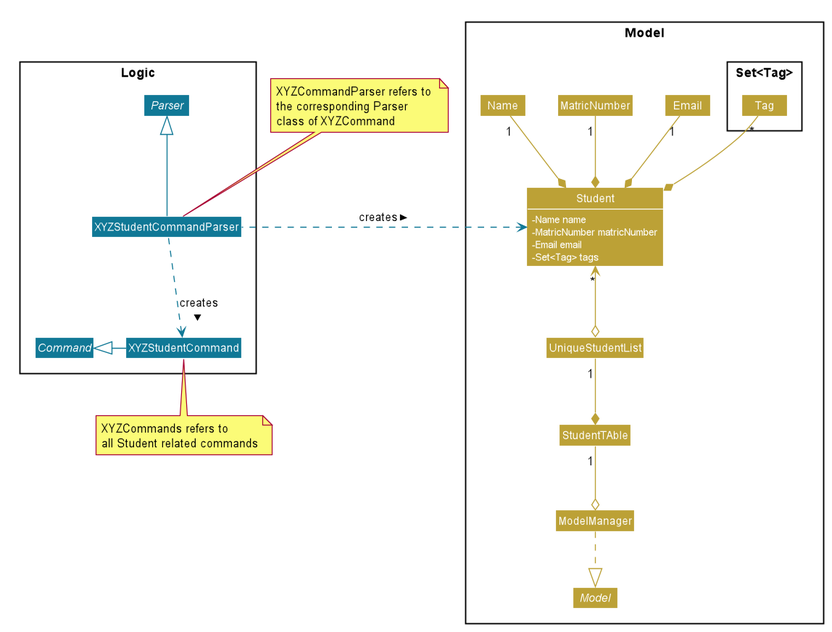
This is docs/images/StudentCommandClassDiagram.png from shunde97/main, a PlantUML export, as it was before one commit. Its source is kept beside it as docs/diagrams/StudentCommandClassDiagram.puml.
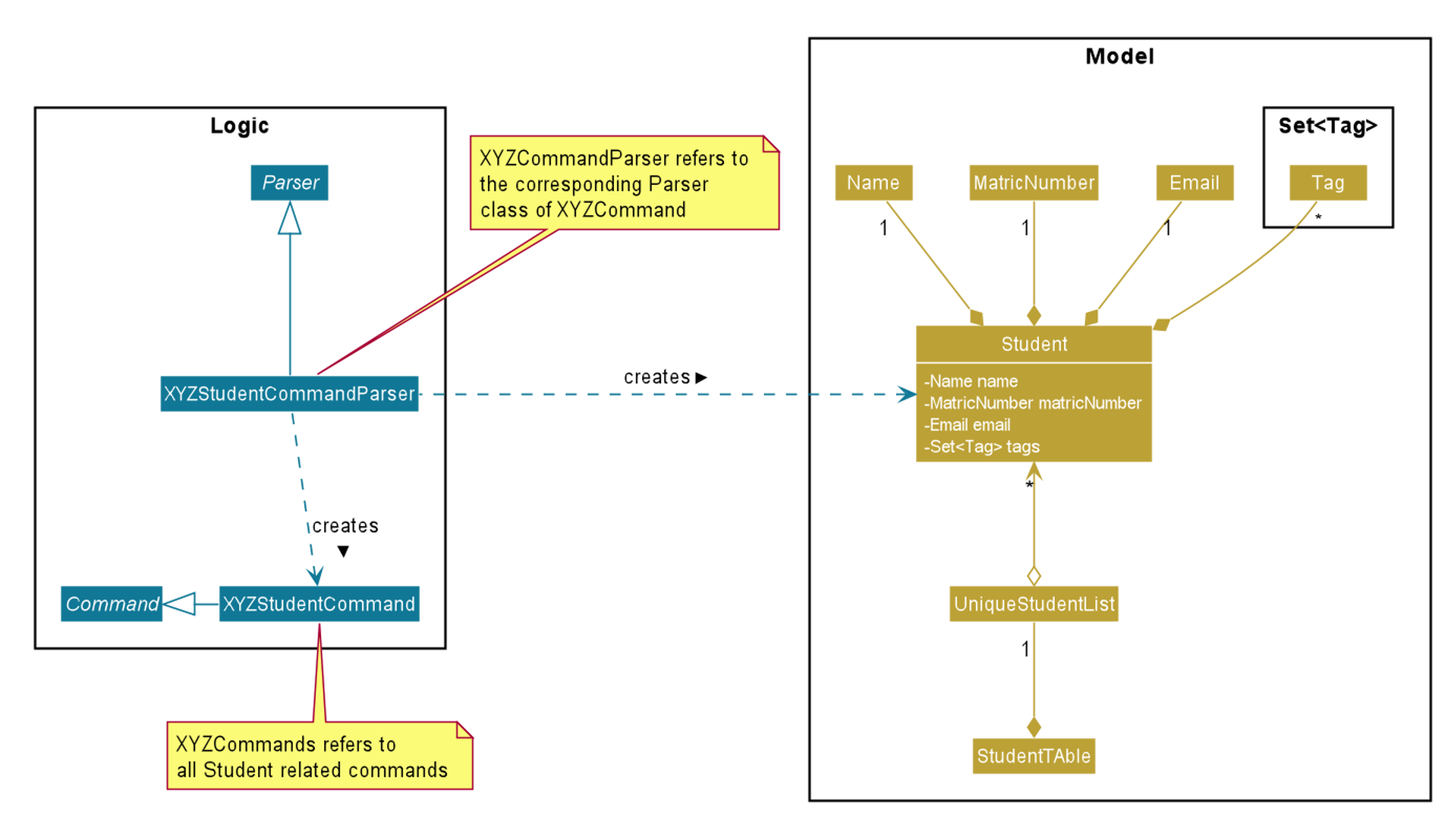
The same file after the commit.

What changed in the source:
```diff
@@ -10,8 +10,6 @@
 
 
 package Model <<Rectangle>> {
-interface Model
-class ModelManager
 class UniqueStudentList
 class StudentTAble
 class Student {
@@ -35,8 +33,6 @@
 }
 
 
-Model <|.up. ModelManager
-ModelManager o-up- "1" StudentTAble
 StudentTAble  *-up- "1" UniqueStudentList
 UniqueStudentList o-up-> "*" Student
 Command <|-right- XYZStudentCommand STUDENT_COLOUR_T1
@@ -48,7 +44,7 @@
 
 
 
-Student *-up- "1" Name
+Student *-up- "*" Name
 Student *-up- "1"MatricNumber
 Student *-up- "1" Email
 Student *-up- "*" Tag
```
